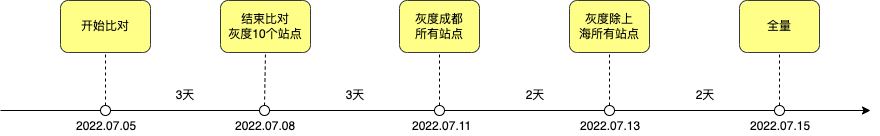
Above: 特色专区重构灰度上线计划.png in Ant-dong/images (draw.io), before the change. Source tidied: cells renumbered, new cells last; positions are measured from the earlier drawing's top-left corner, leaving out a move shared by most shapes.
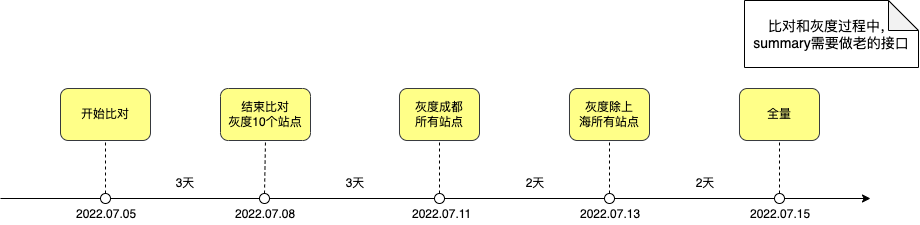
After the commit.

Commit message:
Update 特色专区重构灰度上线计划.png

What changed in the source:
```diff
@@ -86,5 +86,8 @@
     <mxCell id="27" style="endArrow=none;html=1;rounded=0;entryX=0.5;entryY=1;entryDx=0;entryDy=0;exitX=0.5;exitY=0;exitDx=0;exitDy=0;dashed=1;" parent="1" edge="1" source="24" target="25">
       <mxGeometry relative="1" as="geometry" />
     </mxCell>
+    <mxCell id="28" value="&lt;font style=&quot;font-size: 14px;&quot;&gt;比对和灰度过程中，&lt;br&gt;summary需要做老的接口&lt;/font&gt;" style="shape=note;whiteSpace=wrap;html=1;backgroundOutline=1;darkOpacity=0.05;" parent="1" vertex="1">
+      <mxGeometry x="744" y="-88" width="174" height="67" as="geometry" />
+    </mxCell>
   </root>
 </mxGraphModel>
```
